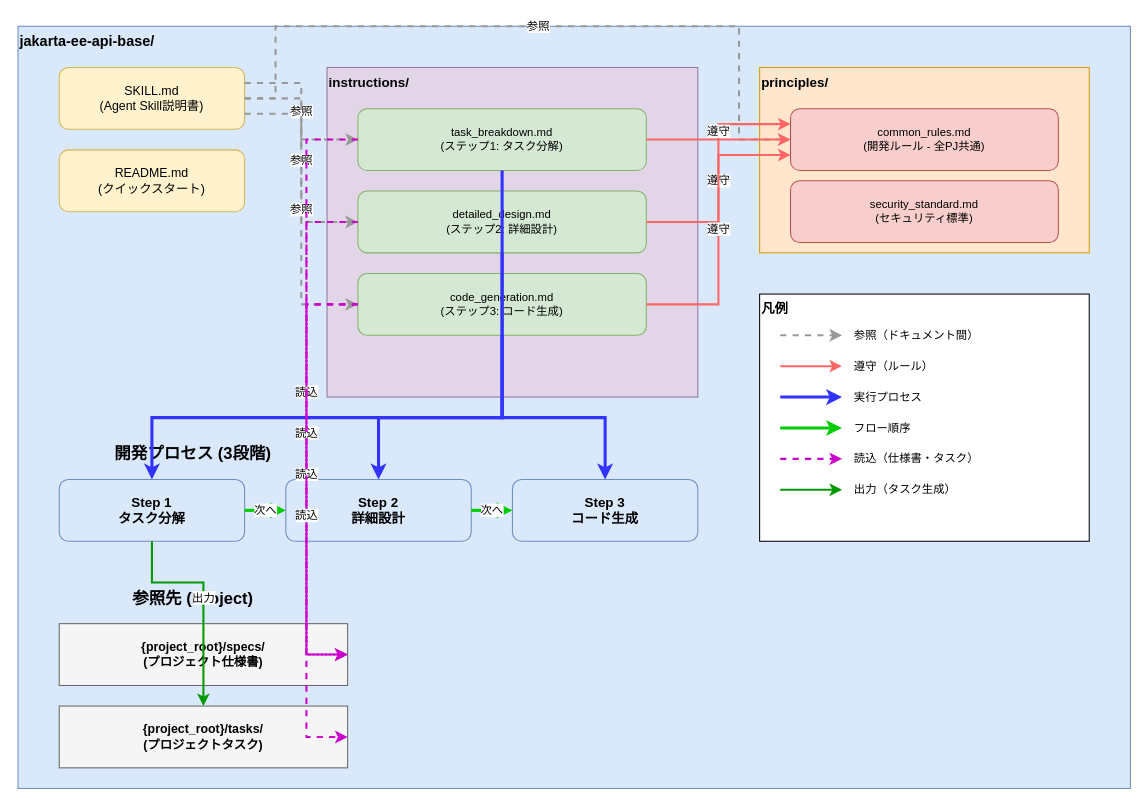
The draw.io diagram docs/drawio/file_structure_diagram.drawio in KenyaSaitoh/ai_driven_dev_202601, before the edit. Source tidied: cells renumbered, new cells numbered last; positions are measured from the earlier drawing's top-left corner, leaving out a move shared by most shapes. Both pictures are drawn from the tidied source at 103%, with x=0, y=0 at pixel (18, 26).
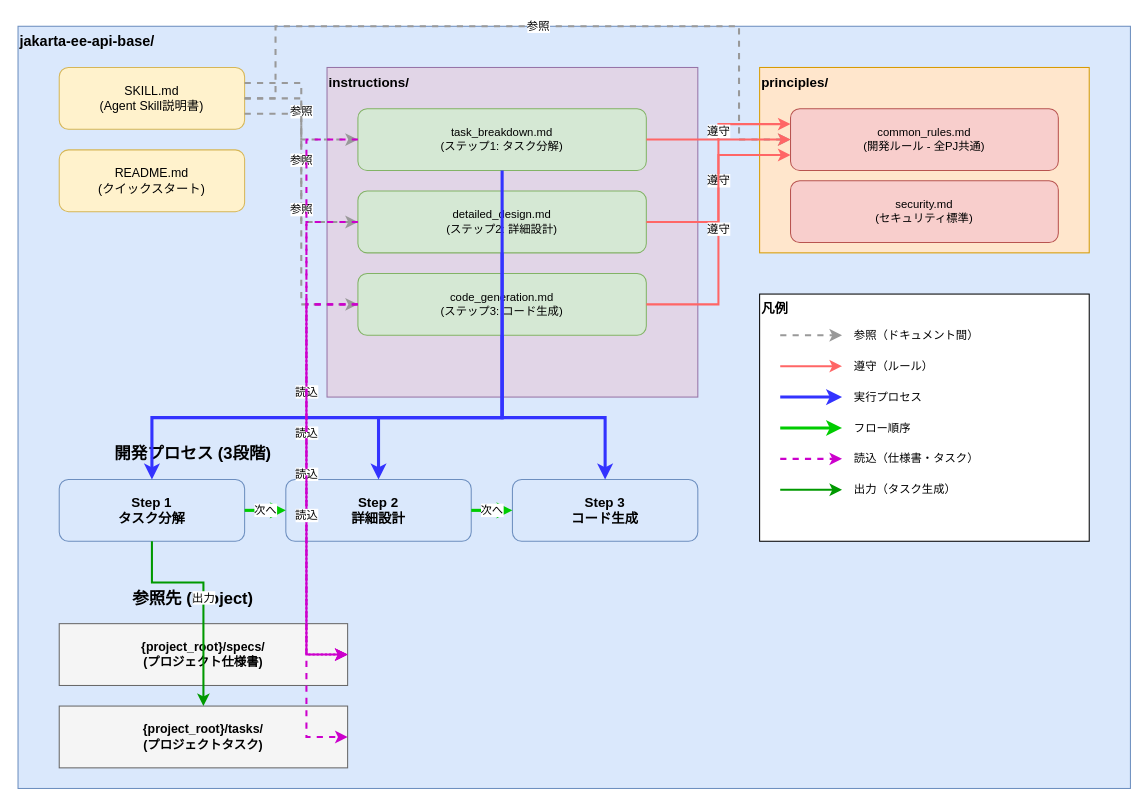
The same diagram, later.

What changed in the source:
```diff
@@
-    <mxCell id="11" value="security_standard.md&#10;(セキュリティ標準)" style="rounded=1;whiteSpace=wrap;html=1;fillColor=#f8cecc;strokeColor=#b85450;fontSize=11;" parent="1" vertex="1">
+    <mxCell id="11" value="security.md&#10;(セキュリティ標準)" style="rounded=1;whiteSpace=wrap;html=1;fillColor=#f8cecc;strokeColor=#b85450;fontSize=11;" parent="1" vertex="1">
       <mxGeometry x="750" y="150" width="260" height="60" as="geometry" />
     </mxCell>
```
